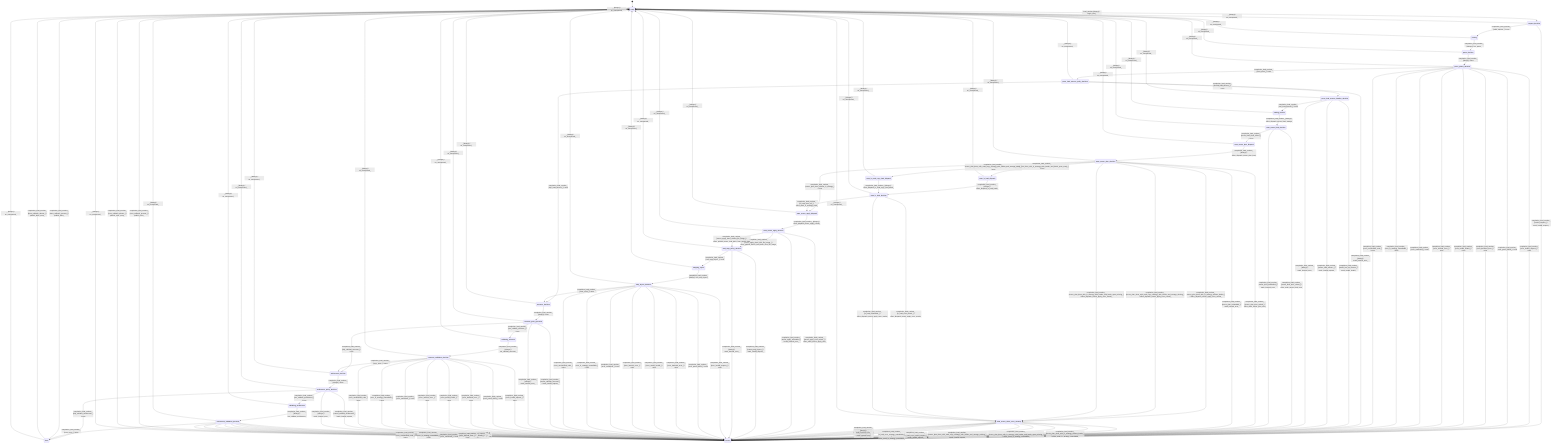
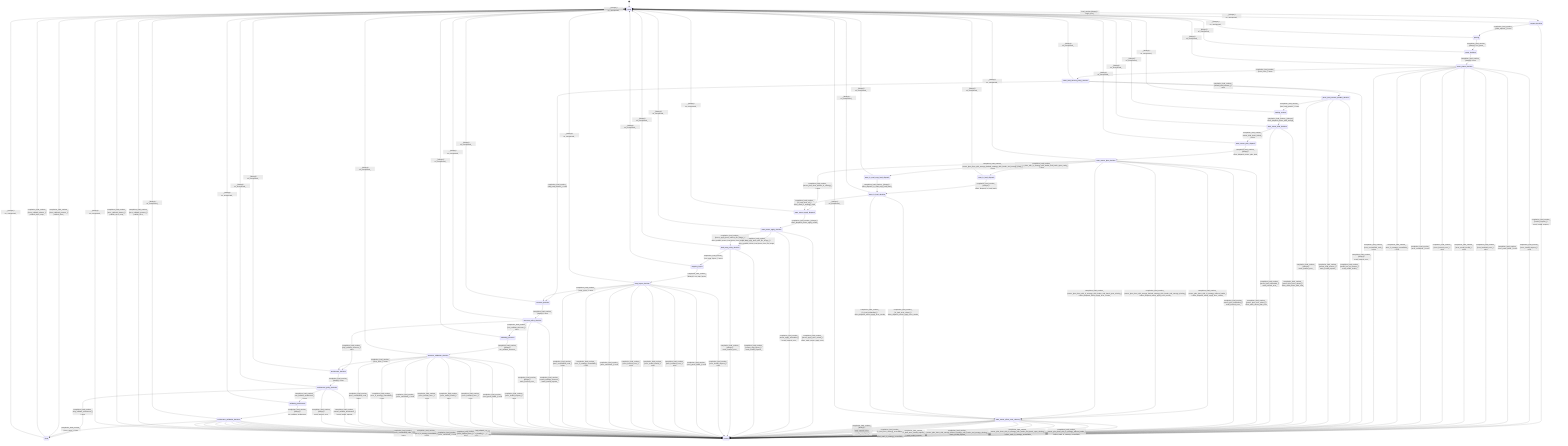
stateDiagram-v2
  direction TB
  [*] --> ready
  ready --> request_decision : load_runtime [always] / begin_load_
  request_decision --> parsing : completion_load_runtime_ [valid_request_] / none
  request_decision --> errored : completion_load_runtime_ [invalid_request_] / mark_invalid_request_
  parsing --> parse_decision : completion_load_runtime_ [always] / run_parse_
  parse_decision --> parse_phase_decision : completion_load_runtime_ [always] / none
  parse_phase_decision --> parse_load_tensors_policy_decision : completion_load_runtime_ [error_none_] / none
  parse_phase_decision --> errored : completion_load_runtime_ [error_invalid_request_] / none
  parse_phase_decision --> errored : completion_load_runtime_ [error_parse_failed_] / none
  parse_phase_decision --> errored : completion_load_runtime_ [error_backend_error_] / none
  parse_phase_decision --> errored : completion_load_runtime_ [error_model_invalid_] / none
  parse_phase_decision --> errored : completion_load_runtime_ [error_internal_error_] / none
  parse_phase_decision --> errored : completion_load_runtime_ [error_untracked_] / none
  parse_phase_decision --> errored : completion_load_runtime_ [error_io_strategy_unavailable_] / none
  parse_phase_decision --> errored : completion_load_runtime_ [error_unclassified_code_] / none
  parse_load_tensors_policy_decision --> parse_load_tensors_handler_decision : completion_load_runtime_ [should_load_tensors_] / none
  parse_load_tensors_policy_decision --> structure_decision : completion_load_runtime_ [skip_load_tensors_] / none
  parse_load_tensors_policy_decision --> errored : completion_load_runtime_ [always] / mark_internal_error_
  parse_load_tensors_handler_decision --> loading_tensors : completion_load_runtime_ [can_load_tensors_] / none
  parse_load_tensors_handler_decision --> errored : completion_load_runtime_ [model_has_no_tensors_] / mark_model_invalid_
  parse_load_tensors_handler_decision --> errored : completion_load_runtime_ [cannot_load_tensors_] / mark_invalid_request_
  parse_load_tensors_handler_decision --> errored : completion_load_runtime_ [always] / mark_internal_error_
  loading_tensors --> state_tensor_bind_decision : completion_load_runtime_ [always] / effect_dispatch_tensor_bind_storage_
  state_tensor_bind_decision --> state_tensor_plan_dispatch : completion_load_runtime_ [tensor_bind_done_raised_] / none
  state_tensor_bind_decision --> errored : completion_load_runtime_ [tensor_bind_error_raised_] / effect_mark_tensor_bind_error_
  state_tensor_bind_decision --> errored : completion_load_runtime_ [tensor_bind_unhandled_] / mark_internal_error_
  state_tensor_plan_dispatch --> state_tensor_plan_decision : completion_load_runtime_ [always] / effect_dispatch_tensor_plan_load_
  state_tensor_plan_decision --> state_tensor_apply_dispatch : completion_load_runtime_ [tensor_plan_done_without_io_strategy_] / none
  state_tensor_plan_decision --> state_tensor_effect_error_cleanup : completion_load_runtime_ [tensor_plan_done_with_io_strategy_without_loader_] / effect_dispatch_tensor_apply_error_results_
  state_tensor_plan_decision --> state_io_load_dispatch : completion_load_runtime_ [tensor_plan_done_with_io_strategy_with_loader_and_batch_span_ready_] / none
-   state_tensor_plan_decision --> state_io_read_copy_load_dispatch : completion_load_runtime_ [tensor_plan_done_with_read_copy_strategy_with_loader_and_storage_ready_] / none
-   state_tensor_plan_decision --> state_tensor_effect_error_cleanup : completion_load_runtime_ [tensor_plan_done_with_read_copy_strategy_with_loader_and_storage_missing_] / effect_dispatch_tensor_apply_error_results_
+   state_tensor_plan_decision --> state_io_read_copy_load_dispatch : completion_load_runtime_ [tensor_plan_done_with_storage_backed_strategy_with_loader_and_storage_ready_] / none
+   state_tensor_plan_decision --> state_tensor_effect_error_cleanup : completion_load_runtime_ [tensor_plan_done_with_storage_backed_strategy_with_loader_and_storage_missing_] / effect_dispatch_tensor_apply_error_results_
  state_tensor_plan_decision --> state_tensor_effect_error_cleanup : completion_load_runtime_ [tensor_plan_done_with_io_strategy_with_loader_and_batch_span_missing_] / effect_dispatch_tensor_apply_error_results_
  state_tensor_plan_decision --> errored : completion_load_runtime_ [tensor_plan_error_raised_] / effect_mark_tensor_plan_error_
  state_tensor_plan_decision --> errored : completion_load_runtime_ [tensor_plan_unhandled_] / mark_internal_error_
  state_io_load_dispatch --> state_io_load_decision : completion_load_runtime_ [always] / effect_dispatch_io_load_batch_
  state_io_read_copy_load_dispatch --> state_io_load_decision : completion_load_runtime_ [always] / effect_dispatch_io_read_copy_load_batch_
  state_io_load_decision --> state_tensor_apply_dispatch : completion_load_runtime_ [io_load_done_all_] / effect_mark_io_strategy_used_
  state_io_load_decision --> state_tensor_effect_error_cleanup : completion_load_runtime_ [io_load_error_raised_] / effect_dispatch_tensor_apply_error_results_
  state_io_load_decision --> state_tensor_effect_error_cleanup : completion_load_runtime_ [io_load_unhandled_] / effect_dispatch_tensor_apply_error_results_
  state_tensor_effect_error_cleanup --> errored : completion_load_runtime_ [tensor_plan_done_with_io_strategy_without_loader_] / effect_mark_io_strategy_unavailable_
  state_tensor_effect_error_cleanup --> errored : completion_load_runtime_ [tensor_plan_done_with_io_strategy_with_loader_and_batch_span_missing_] / effect_mark_io_strategy_unavailable_
-   state_tensor_effect_error_cleanup --> errored : completion_load_runtime_ [tensor_plan_done_with_read_copy_strategy_with_loader_and_storage_missing_] / mark_invalid_request_
+   state_tensor_effect_error_cleanup --> errored : completion_load_runtime_ [tensor_plan_done_with_storage_backed_strategy_with_loader_and_storage_missing_] / mark_invalid_request_
  state_tensor_effect_error_cleanup --> errored : completion_load_runtime_ [io_load_error_invalid_request_] / mark_invalid_request_
  state_tensor_effect_error_cleanup --> errored : completion_load_runtime_ [io_load_error_strategy_unavailable_] / effect_mark_io_strategy_unavailable_
  state_tensor_effect_error_cleanup --> errored : completion_load_runtime_ [io_load_error_internal_] / mark_internal_error_
  state_tensor_effect_error_cleanup --> errored : completion_load_runtime_ [io_load_error_untracked_] / mark_untracked_
  state_tensor_effect_error_cleanup --> errored : completion_load_runtime_ [io_load_error_unclassified_] / mark_internal_error_
  state_tensor_effect_error_cleanup --> errored : completion_load_runtime_ [io_load_unhandled_] / mark_internal_error_
  state_tensor_effect_error_cleanup --> errored : completion_load_runtime_ [always] / mark_internal_error_
  state_tensor_apply_dispatch --> state_tensor_apply_decision : completion_load_runtime_ [always] / effect_dispatch_tensor_apply_results_
  state_tensor_apply_decision --> load_map_policy_decision : completion_load_runtime_ [tensor_apply_done_with_file_image_] / effect_publish_tensor_load_done_from_file_image_
  state_tensor_apply_decision --> load_map_policy_decision : completion_load_runtime_ [tensor_apply_done_without_file_image_] / effect_publish_tensor_load_done_from_model_data_
  state_tensor_apply_decision --> errored : completion_load_runtime_ [tensor_apply_error_raised_] / effect_mark_tensor_apply_error_
  state_tensor_apply_decision --> errored : completion_load_runtime_ [tensor_apply_unhandled_] / mark_internal_error_
  load_map_policy_decision --> mapping_layers : completion_load_runtime_ [can_map_layers_] / none
  load_map_policy_decision --> errored : completion_load_runtime_ [cannot_map_layers_] / mark_invalid_request_
  load_map_policy_decision --> errored : completion_load_runtime_ [always] / mark_internal_error_
  mapping_layers --> map_layers_decision : completion_load_runtime_ [always] / run_map_layers_
  map_layers_decision --> structure_decision : completion_load_runtime_ [error_none_] / none
  map_layers_decision --> errored : completion_load_runtime_ [error_invalid_request_] / none
  map_layers_decision --> errored : completion_load_runtime_ [error_parse_failed_] / none
  map_layers_decision --> errored : completion_load_runtime_ [error_backend_error_] / none
  map_layers_decision --> errored : completion_load_runtime_ [error_model_invalid_] / none
  map_layers_decision --> errored : completion_load_runtime_ [error_internal_error_] / none
  map_layers_decision --> errored : completion_load_runtime_ [error_untracked_] / none
  map_layers_decision --> errored : completion_load_runtime_ [error_io_strategy_unavailable_] / none
  map_layers_decision --> errored : completion_load_runtime_ [error_unclassified_code_] / none
  structure_decision --> structure_policy_decision : completion_load_runtime_ [always] / none
  structure_policy_decision --> architecture_decision : completion_load_runtime_ [skip_validate_structure_] / none
  structure_policy_decision --> validating_structure : completion_load_runtime_ [can_validate_structure_] / none
  structure_policy_decision --> errored : completion_load_runtime_ [cannot_validate_structure_] / mark_invalid_request_
  structure_policy_decision --> errored : completion_load_runtime_ [always] / mark_internal_error_
  validating_structure --> structure_validation_decision : completion_load_runtime_ [always] / run_validate_structure_
  structure_validation_decision --> architecture_decision : completion_load_runtime_ [error_none_] / none
  structure_validation_decision --> errored : completion_load_runtime_ [error_invalid_request_] / none
  structure_validation_decision --> errored : completion_load_runtime_ [error_parse_failed_] / none
  structure_validation_decision --> errored : completion_load_runtime_ [error_backend_error_] / none
  structure_validation_decision --> errored : completion_load_runtime_ [error_model_invalid_] / none
  structure_validation_decision --> errored : completion_load_runtime_ [error_internal_error_] / none
  structure_validation_decision --> errored : completion_load_runtime_ [error_untracked_] / none
  structure_validation_decision --> errored : completion_load_runtime_ [error_io_strategy_unavailable_] / none
  structure_validation_decision --> errored : completion_load_runtime_ [error_unclassified_code_] / none
  architecture_decision --> architecture_policy_decision : completion_load_runtime_ [always] / none
  architecture_policy_decision --> done : completion_load_runtime_ [skip_validate_architecture_] / none
  architecture_policy_decision --> validating_architecture : completion_load_runtime_ [can_validate_architecture_] / none
  architecture_policy_decision --> errored : completion_load_runtime_ [cannot_validate_architecture_] / mark_invalid_request_
  architecture_policy_decision --> errored : completion_load_runtime_ [always] / mark_internal_error_
  validating_architecture --> architecture_validation_decision : completion_load_runtime_ [always] / run_validate_architecture_
  architecture_validation_decision --> done : completion_load_runtime_ [error_none_] / none
  architecture_validation_decision --> errored : completion_load_runtime_ [error_invalid_request_] / none
  architecture_validation_decision --> errored : completion_load_runtime_ [error_parse_failed_] / none
  architecture_validation_decision --> errored : completion_load_runtime_ [error_backend_error_] / none
  architecture_validation_decision --> errored : completion_load_runtime_ [error_model_invalid_] / none
  architecture_validation_decision --> errored : completion_load_runtime_ [error_internal_error_] / none
  architecture_validation_decision --> errored : completion_load_runtime_ [error_untracked_] / none
  architecture_validation_decision --> errored : completion_load_runtime_ [error_io_strategy_unavailable_] / none
  architecture_validation_decision --> errored : completion_load_runtime_ [error_unclassified_code_] / none
  done --> ready : completion_load_runtime_ [done_callback_present_] / publish_done_
  done --> ready : completion_load_runtime_ [done_callback_absent_] / publish_done_noop_
  errored --> ready : completion_load_runtime_ [error_callback_present_] / publish_error_
  errored --> ready : completion_load_runtime_ [error_callback_absent_] / publish_error_noop_
  ready --> ready : _ [always] / on_unexpected_
  request_decision --> ready : _ [always] / on_unexpected_
  parsing --> ready : _ [always] / on_unexpected_
  parse_decision --> ready : _ [always] / on_unexpected_
  parse_phase_decision --> ready : _ [always] / on_unexpected_
  parse_load_tensors_policy_decision --> ready : _ [always] / on_unexpected_
  parse_load_tensors_handler_decision --> ready : _ [always] / on_unexpected_
  loading_tensors --> ready : _ [always] / on_unexpected_
  state_tensor_bind_decision --> ready : _ [always] / on_unexpected_
  state_tensor_plan_dispatch --> ready : _ [always] / on_unexpected_
  state_tensor_plan_decision --> ready : _ [always] / on_unexpected_
  state_io_load_dispatch --> ready : _ [always] / on_unexpected_
  state_io_read_copy_load_dispatch --> ready : _ [always] / on_unexpected_
  state_io_load_decision --> ready : _ [always] / on_unexpected_
  state_tensor_effect_error_cleanup --> ready : _ [always] / on_unexpected_
  state_tensor_apply_dispatch --> ready : _ [always] / on_unexpected_
  state_tensor_apply_decision --> ready : _ [always] / on_unexpected_
  load_map_policy_decision --> ready : _ [always] / on_unexpected_
  mapping_layers --> ready : _ [always] / on_unexpected_
  map_layers_decision --> ready : _ [always] / on_unexpected_
  structure_decision --> ready : _ [always] / on_unexpected_
  structure_policy_decision --> ready : _ [always] / on_unexpected_
  validating_structure --> ready : _ [always] / on_unexpected_
  structure_validation_decision --> ready : _ [always] / on_unexpected_
  architecture_decision --> ready : _ [always] / on_unexpected_
  architecture_policy_decision --> ready : _ [always] / on_unexpected_
  validating_architecture --> ready : _ [always] / on_unexpected_
  architecture_validation_decision --> ready : _ [always] / on_unexpected_
  done --> ready : _ [always] / on_unexpected_
  errored --> ready : _ [always] / on_unexpected_
